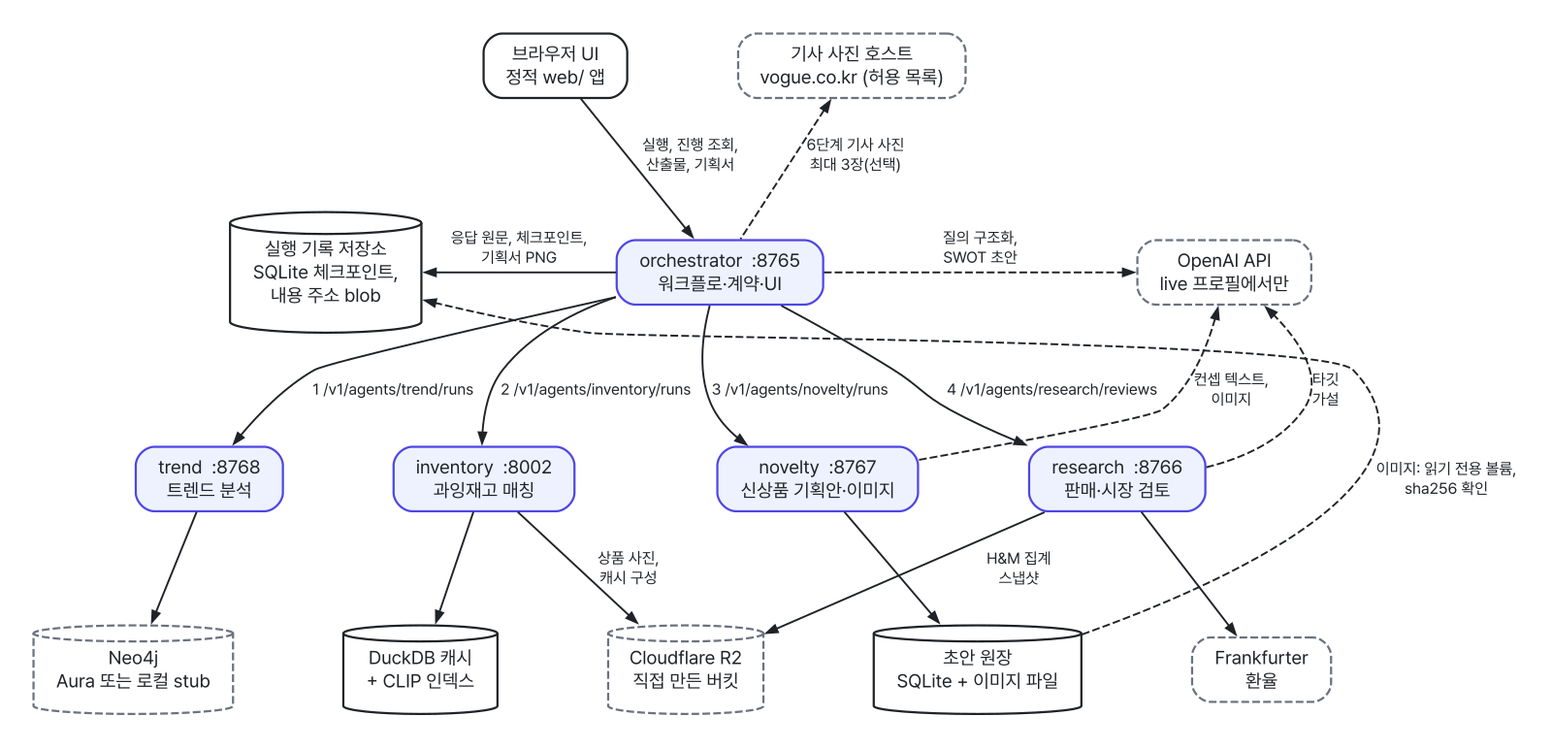
KG-RAG-02/fashion-planner-orchestrator keeps this Graphviz diagram as docs/diagrams/system.png. Above is the earlier version. Its source is kept beside it as docs/diagrams/src/system.dot.
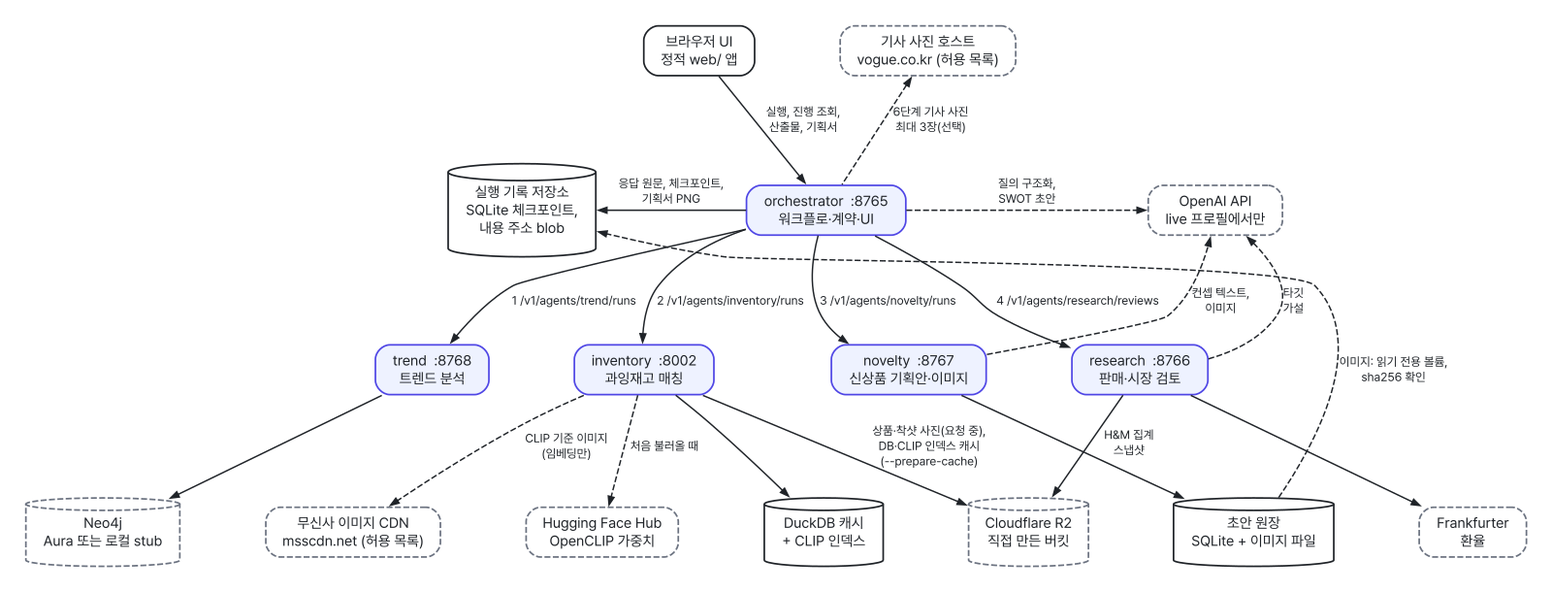
Above is the later version.

What changed in the source:
```diff
@@ -22,13 +22,15 @@
   fx     [label="Frankfurter\n환율", shape=box, style="rounded,dashed"];
   openai [label="OpenAI API\nlive 프로필에서만", shape=box, style="rounded,dashed"];
   photo  [label="기사 사진 호스트\nvogue.co.kr (허용 목록)", shape=box, style="rounded,dashed"];
+  cdn    [label="무신사 이미지 CDN\nmsscdn.net (허용 목록)", shape=box, style="rounded,dashed"];
+  hf     [label="Hugging Face Hub\nOpenCLIP 가중치", shape=box, style="rounded,dashed"];
 
   { rank=same; ui; photo; }
   { rank=same; store; orch; openai; }
   { rank=same; trend; inv; nov; res; }
-  { rank=same; neo4j; duck; r2; ledger; fx; }
+  { rank=same; neo4j; cdn; hf; duck; r2; ledger; fx; }
   edge [style=invis];
-  ui -> photo; store -> orch -> openai; trend -> inv -> nov -> res; neo4j -> duck -> r2 -> ledger -> fx;
+  ui -> photo; store -> orch -> openai; trend -> inv -> nov -> res; neo4j -> cdn -> hf -> duck -> r2 -> ledger -> fx;
   edge [style=solid];
 
   ui -> orch [label=" 실행, 진행 조회,\n 산출물, 기획서"];
@@ -42,7 +44,9 @@
 
   trend -> neo4j;
   inv   -> duck;
-  inv   -> r2     [label="상품 사진,\n캐시 구성"];
+  inv   -> r2     [label="상품·착샷 사진(요청 중),\nDB·CLIP 인덱스 캐시\n(--prepare-cache)"];
+  inv   -> cdn    [label="CLIP 기준 이미지\n(임베딩만)", style=dashed];
+  inv   -> hf     [label="처음 불러올 때", style=dashed];
   nov   -> ledger;
   nov   -> openai [label="컨셉 텍스트,\n이미지", style=dashed];
   res   -> openai [label="타깃\n가설", style=dashed];
```
